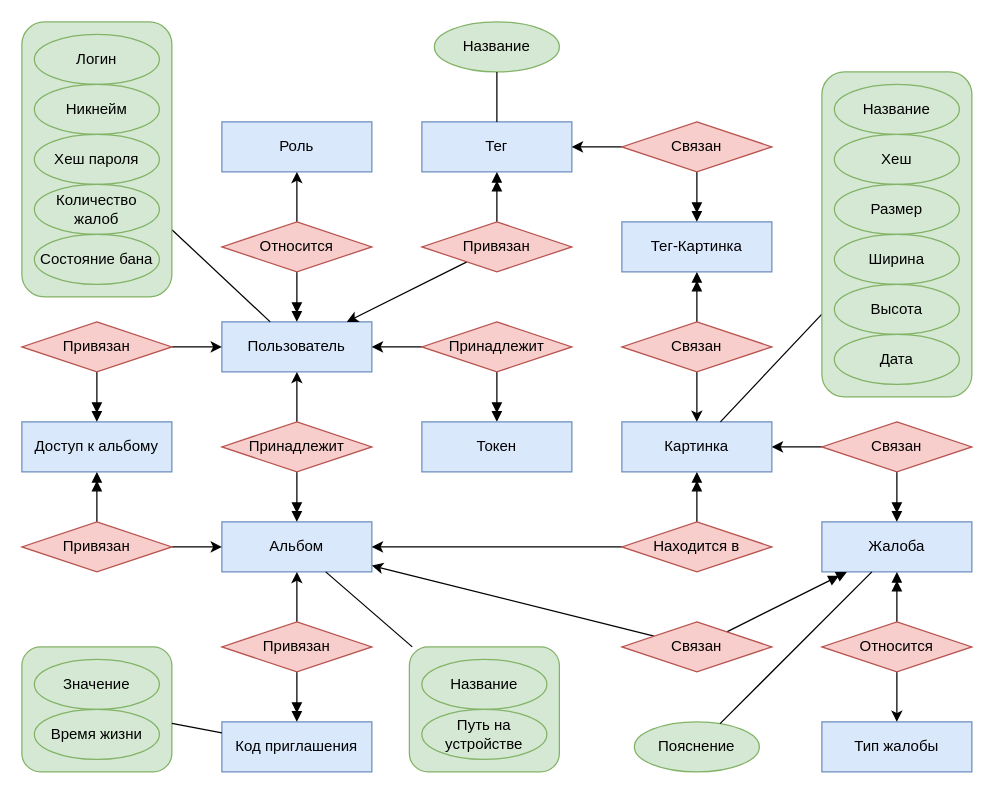
Above: page "Концепт" (1 of 4) of docs/Модели БД.drawio in savayaqu/course-project-4 (draw.io), before the change. Source tidied: cells renumbered, new cells numbered last; positions are measured from the earlier drawing's top-left corner, leaving out a move shared by most shapes. Both pictures are drawn from the tidied source at 125%, with x=0, y=0 at pixel (21, 21).
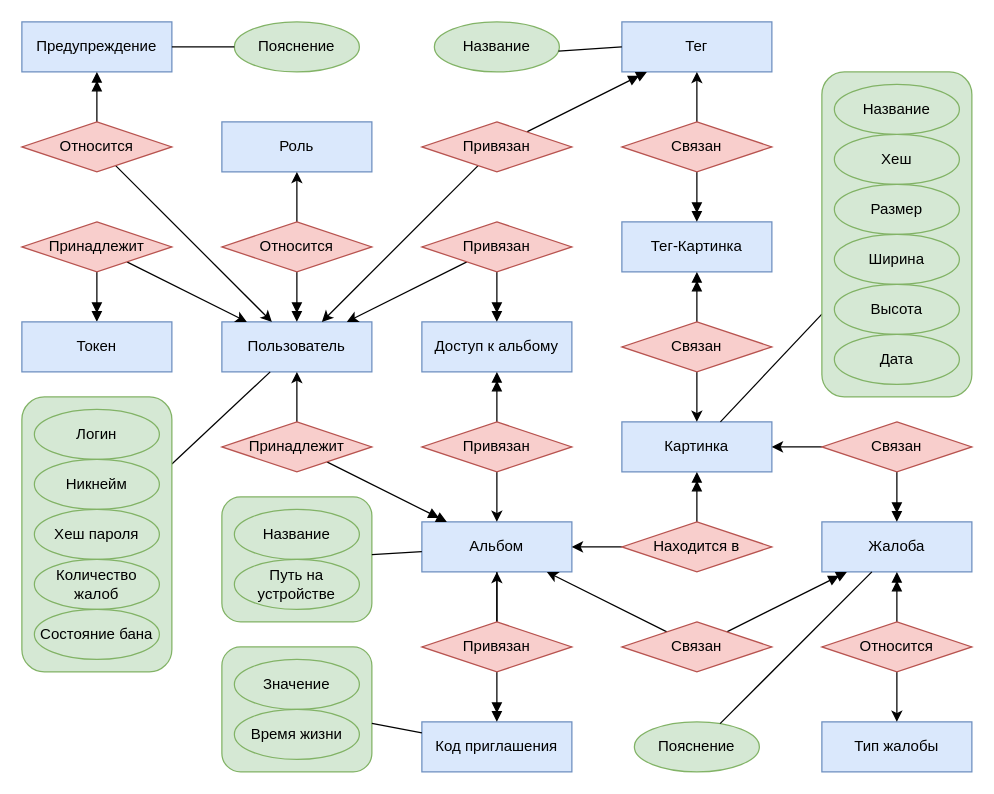
The same diagram, later.

Unchanged cells that the change refers to:
```xml
<mxCell id="3" value="Пользователь" style="rounded=0;whiteSpace=wrap;html=1;fillColor=#dae8fc;strokeColor=#6c8ebf;" parent="1" vertex="1">
  <mxGeometry x="160" y="240" width="120" height="40" as="geometry" />
</mxCell>
<mxCell id="6" value="Относится" style="rhombus;whiteSpace=wrap;html=1;fillColor=#f8cecc;strokeColor=#b85450;" parent="1" vertex="1">
  <mxGeometry x="160" y="160" width="120" height="40" as="geometry" />
</mxCell>
<mxCell id="11" value="Принадлежит" style="rhombus;whiteSpace=wrap;html=1;fillColor=#f8cecc;strokeColor=#b85450;" parent="1" vertex="1">
  <mxGeometry x="160" y="320" width="120" height="40" as="geometry" />
</mxCell>
<mxCell id="23" style="rounded=1;whiteSpace=wrap;html=1;fillColor=#d5e8d4;strokeColor=#82b366;" parent="22" vertex="1">
  <mxGeometry width="120" height="100" as="geometry" />
</mxCell>
<mxCell id="71" value="Никнейм" style="ellipse;whiteSpace=wrap;html=1;fillColor=#d5e8d4;strokeColor=#82b366;" parent="68" vertex="1">
  <mxGeometry x="10" y="50" width="100" height="40" as="geometry" />
</mxCell>
```

The edit, as a diff of the source:
```diff
@@
-    <mxCell id="4" style="edgeStyle=orthogonalEdgeStyle;rounded=0;jettySize=auto;html=1;endArrow=doubleBlock;endFill=1;" parent="1" edge="1" source="6" target="3">
+    <mxCell id="4" style="rounded=0;jettySize=auto;html=1;endArrow=doubleBlock;endFill=1;" parent="1" edge="1" source="6" target="3">
       <mxGeometry relative="1" as="geometry" />
     </mxCell>
@@
     <mxCell id="8" value="Альбом" style="rounded=0;whiteSpace=wrap;html=1;fillColor=#dae8fc;strokeColor=#6c8ebf;" parent="1" vertex="1">
-      <mxGeometry x="160" y="400" width="120" height="40" as="geometry" />
+      <mxGeometry x="320" y="400" width="120" height="40" as="geometry" />
     </mxCell>
@@
-    <mxCell id="10" style="edgeStyle=orthogonalEdgeStyle;rounded=0;jettySize=auto;html=1;endArrow=doubleBlock;endFill=1;" parent="1" edge="1" source="11" target="8">
+    <mxCell id="10" style="rounded=0;jettySize=auto;html=1;endArrow=doubleBlock;endFill=1;" parent="1" edge="1" source="11" target="8">
       <mxGeometry relative="1" as="geometry" />
     </mxCell>
@@
     <mxCell id="18" value="Принадлежит" style="rhombus;whiteSpace=wrap;html=1;fillColor=#f8cecc;strokeColor=#b85450;" parent="1" vertex="1">
-      <mxGeometry x="320" y="240" width="120" height="40" as="geometry" />
+      <mxGeometry y="160" width="120" height="40" as="geometry" />
     </mxCell>
     <mxCell id="19" value="Токен" style="rounded=0;whiteSpace=wrap;html=1;fillColor=#dae8fc;strokeColor=#6c8ebf;" parent="1" vertex="1">
-      <mxGeometry x="320" y="320" width="120" height="40" as="geometry" />
+      <mxGeometry y="240" width="120" height="40" as="geometry" />
     </mxCell>
-    <mxCell id="20" style="endArrow=none;html=1;rounded=0;" parent="1" edge="1" source="23" target="8">
+    <mxCell id="20" style="endArrow=none;html=1;rounded=0;startArrow=none;" parent="1" edge="1" source="53" target="8">
       <mxGeometry relative="1" as="geometry" />
     </mxCell>
@@
     <mxCell id="22" style="group;" parent="1" vertex="1">
-      <mxGeometry x="310" y="500" width="120" height="100" as="geometry" />
+      <mxGeometry x="160" y="380" width="120" height="100" as="geometry" />
     </mxCell>
@@
     <mxCell id="29" value="Тег" style="rounded=0;whiteSpace=wrap;html=1;fillColor=#dae8fc;strokeColor=#6c8ebf;" parent="1" vertex="1">
-      <mxGeometry x="320" y="80" width="120" height="40" as="geometry" />
+      <mxGeometry x="480" width="120" height="40" as="geometry" />
     </mxCell>
-    <mxCell id="30" style="edgeStyle=orthogonalEdgeStyle;rounded=0;jettySize=auto;html=1;endArrow=doubleBlock;endFill=1;" parent="1" edge="1" source="32" target="29">
+    <mxCell id="30" style="rounded=0;jettySize=auto;html=1;endArrow=doubleBlock;endFill=1;" parent="1" edge="1" source="32" target="29">
       <mxGeometry relative="1" as="geometry" />
     </mxCell>
@@
     <mxCell id="32" value="Привязан" style="rhombus;whiteSpace=wrap;html=1;fillColor=#f8cecc;strokeColor=#b85450;" parent="1" vertex="1">
-      <mxGeometry x="320" y="160" width="120" height="40" as="geometry" />
+      <mxGeometry x="320" y="80" width="120" height="40" as="geometry" />
     </mxCell>
@@
     <mxCell id="39" value="Доступ к альбому" style="rounded=0;whiteSpace=wrap;html=1;fillColor=#dae8fc;strokeColor=#6c8ebf;" parent="1" vertex="1">
-      <mxGeometry y="320" width="120" height="40" as="geometry" />
+      <mxGeometry x="320" y="240" width="120" height="40" as="geometry" />
     </mxCell>
@@
     <mxCell id="42" value="Привязан" style="rhombus;whiteSpace=wrap;html=1;fillColor=#f8cecc;strokeColor=#b85450;" parent="1" vertex="1">
-      <mxGeometry y="240" width="120" height="40" as="geometry" />
+      <mxGeometry x="320" y="160" width="120" height="40" as="geometry" />
     </mxCell>
@@
     <mxCell id="45" value="Привязан" style="rhombus;whiteSpace=wrap;html=1;fillColor=#f8cecc;strokeColor=#b85450;" parent="1" vertex="1">
-      <mxGeometry y="400" width="120" height="40" as="geometry" />
+      <mxGeometry x="320" y="320" width="120" height="40" as="geometry" />
     </mxCell>
     <mxCell id="46" value="Код приглашения" style="rounded=0;whiteSpace=wrap;html=1;fillColor=#dae8fc;strokeColor=#6c8ebf;" parent="1" vertex="1">
-      <mxGeometry x="160" y="560" width="120" height="40" as="geometry" />
+      <mxGeometry x="320" y="560" width="120" height="40" as="geometry" />
     </mxCell>
     <mxCell id="47" style="group;" parent="1" vertex="1">
-      <mxGeometry y="500" width="120" height="100" as="geometry" />
+      <mxGeometry x="160" y="500" width="120" height="100" as="geometry" />
     </mxCell>
@@
-    <mxCell id="53" value="Привязан" style="rhombus;whiteSpace=wrap;html=1;fillColor=#f8cecc;strokeColor=#b85450;" parent="1" vertex="1">
-      <mxGeometry x="160" y="480" width="120" height="40" as="geometry" />
-    </mxCell>
@@
     <mxCell id="68" style="group;" parent="1" vertex="1">
-      <mxGeometry width="120" height="220" as="geometry" />
+      <mxGeometry y="300" width="120" height="220" as="geometry" />
     </mxCell>
@@
+    <mxCell id="83" style="edgeStyle=none;rounded=0;orthogonalLoop=1;jettySize=auto;html=1;exitX=0.5;exitY=1;exitDx=0;exitDy=0;endArrow=doubleBlock;endFill=1;" parent="68" edge="1" source="71" target="71">
+      <mxGeometry relative="1" as="geometry" />
+    </mxCell>
@@
+    <mxCell id="84" value="Предупреждение" style="rounded=0;whiteSpace=wrap;html=1;fillColor=#dae8fc;strokeColor=#6c8ebf;" parent="1" vertex="1">
+      <mxGeometry width="120" height="40" as="geometry" />
+    </mxCell>
+    <mxCell id="85" style="edgeStyle=orthogonalEdgeStyle;rounded=0;jettySize=auto;html=1;endArrow=doubleBlock;endFill=1;" parent="1" edge="1" source="87" target="84">
+      <mxGeometry relative="1" as="geometry" />
+    </mxCell>
+    <mxCell id="86" style="rounded=0;jettySize=auto;html=1;" parent="1" edge="1" source="87" target="3">
+      <mxGeometry relative="1" as="geometry" />
+    </mxCell>
+    <mxCell id="87" value="Относится" style="rhombus;whiteSpace=wrap;html=1;fillColor=#f8cecc;strokeColor=#b85450;" parent="1" vertex="1">
+      <mxGeometry y="80" width="120" height="40" as="geometry" />
+    </mxCell>
+    <mxCell id="88" style="endArrow=none;html=1;rounded=0;" parent="1" edge="1" source="23" target="8">
+      <mxGeometry relative="1" as="geometry" />
+    </mxCell>
+    <mxCell id="53" value="Привязан" style="rhombus;whiteSpace=wrap;html=1;fillColor=#f8cecc;strokeColor=#b85450;" parent="1" vertex="1">
+      <mxGeometry x="320" y="480" width="120" height="40" as="geometry" />
+    </mxCell>
+    <mxCell id="89" style="edgeStyle=none;rounded=0;orthogonalLoop=1;jettySize=auto;html=1;exitX=0.5;exitY=1;exitDx=0;exitDy=0;endArrow=doubleBlock;endFill=1;" parent="1" edge="1" source="87" target="87">
+      <mxGeometry relative="1" as="geometry" />
+    </mxCell>
+    <mxCell id="90" value="Пояснение" style="ellipse;whiteSpace=wrap;html=1;fillColor=#d5e8d4;strokeColor=#82b366;" parent="1" vertex="1">
+      <mxGeometry x="170" width="100" height="40" as="geometry" />
+    </mxCell>
+    <mxCell id="91" style="endArrow=none;html=1;rounded=0;" parent="1" edge="1" source="84" target="90">
+      <mxGeometry relative="1" as="geometry" />
+    </mxCell>
```
